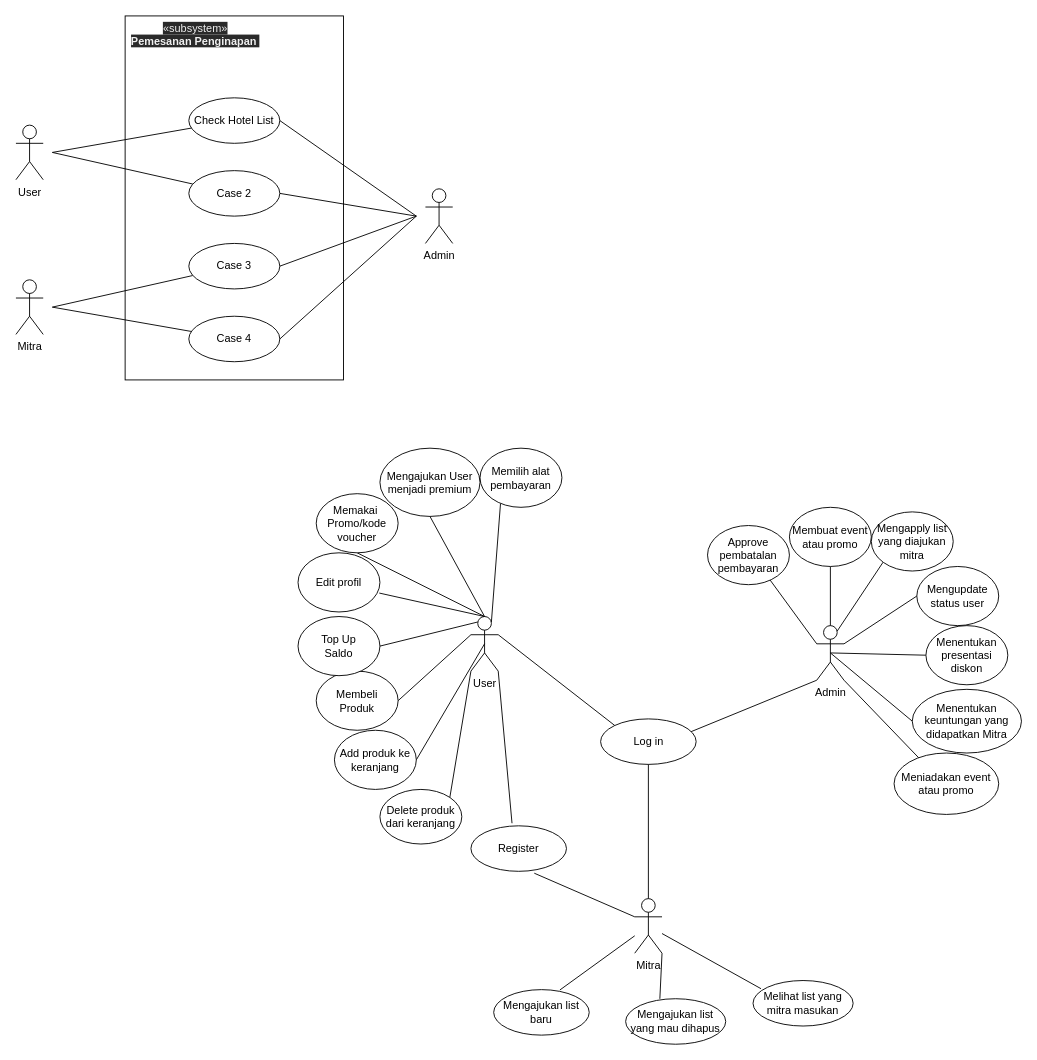
The draw.io diagram page "Use Case Diagram" (3 of 5) of src/info/Details.drawio in Thomassantosa/TubesPBO, before the edit. Source tidied: cells renumbered, new cells numbered last; positions are measured from the earlier drawing's top-left corner, leaving out a move shared by most shapes. Both pictures are drawn from the tidied source at 91%, with x=0, y=0 at pixel (15, 15).
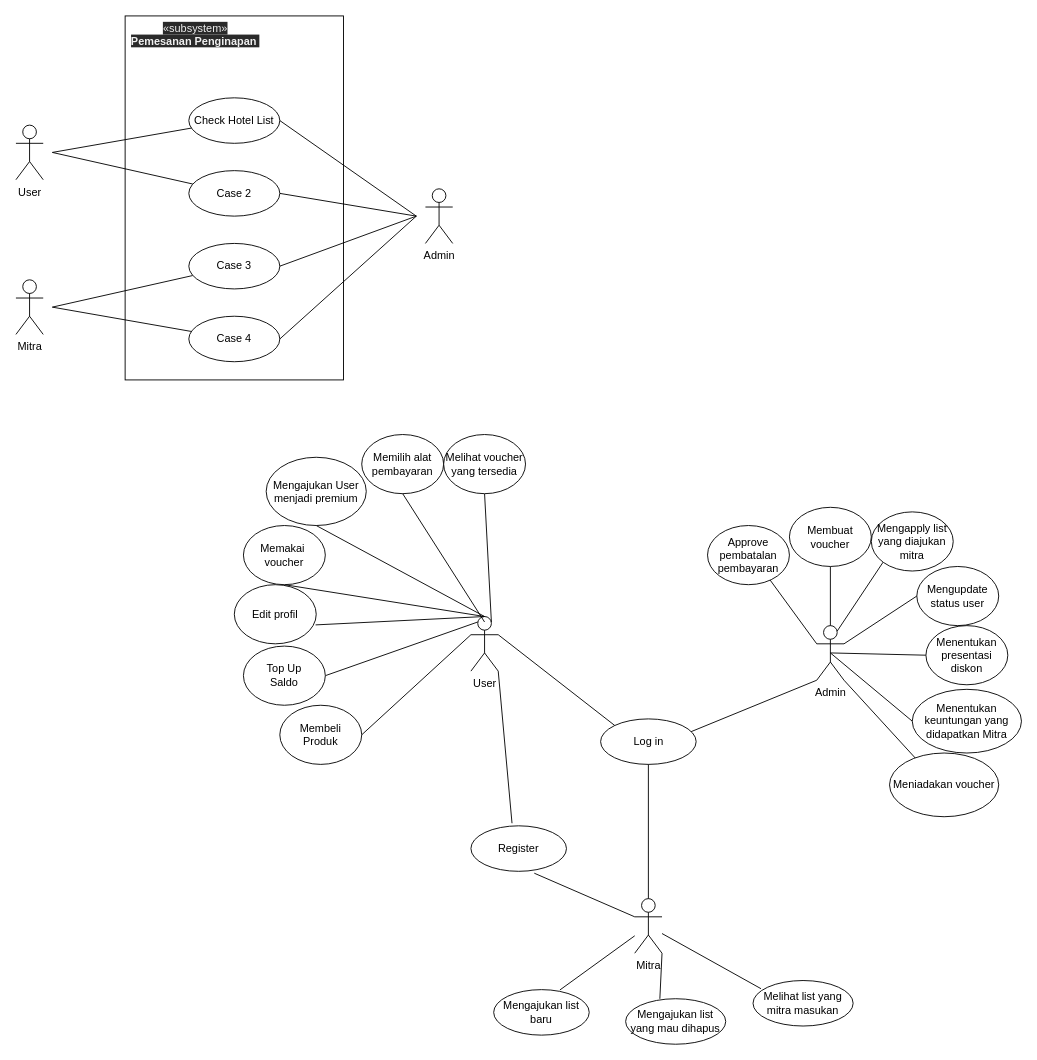
The same page after the edit.

Commit message:
use case

Unchanged cells that the change refers to:
```xml
<mxCell id="19" value="User" style="shape=umlActor;verticalLabelPosition=bottom;verticalAlign=top;html=1;outlineConnect=0;" parent="1" vertex="1">
  <mxGeometry x="500" y="660" width="30" height="60" as="geometry" />
</mxCell>
```

The edit, as a diff of the source:
```diff
@@
-    <mxCell id="20" value="Delete produk dari keranjang" style="ellipse;whiteSpace=wrap;html=1;" parent="1" vertex="1">
-      <mxGeometry x="400" y="850" width="90" height="60" as="geometry" />
-    </mxCell>
-    <mxCell id="21" style="endArrow=none;html=1;exitX=1;exitY=0;exitDx=0;exitDy=0;entryX=0;entryY=1;entryDx=0;entryDy=0;entryPerimeter=0;" parent="1" edge="1" source="20" target="19">
-      <mxGeometry relative="1" as="geometry" />
-    </mxCell>
-    <mxCell id="22" style="endArrow=none;html=1;exitX=1;exitY=0.5;exitDx=0;exitDy=0;entryX=0.5;entryY=0.5;entryDx=0;entryDy=0;entryPerimeter=0;" parent="1" edge="1" source="23" target="19">
-      <mxGeometry relative="1" as="geometry" />
-    </mxCell>
-    <mxCell id="23" value="Add produk ke keranjang" style="ellipse;whiteSpace=wrap;html=1;" parent="1" vertex="1">
-      <mxGeometry x="350" y="785" width="90" height="65" as="geometry" />
-    </mxCell>
@@
     <mxCell id="31" value="Membeli&lt;br&gt;Produk" style="ellipse;whiteSpace=wrap;html=1;" parent="1" vertex="1">
-      <mxGeometry x="330" y="720" width="90" height="65" as="geometry" />
+      <mxGeometry x="290" y="757.5" width="90" height="65" as="geometry" />
     </mxCell>
@@
     <mxCell id="33" value="Top Up&lt;br&gt;Saldo" style="ellipse;whiteSpace=wrap;html=1;" parent="1" vertex="1">
-      <mxGeometry x="310" y="660" width="90" height="65" as="geometry" />
+      <mxGeometry x="250" y="692.5" width="90" height="65" as="geometry" />
     </mxCell>
@@
     <mxCell id="35" value="Edit profil" style="ellipse;whiteSpace=wrap;html=1;" parent="1" vertex="1">
-      <mxGeometry x="310" y="590" width="90" height="65" as="geometry" />
+      <mxGeometry x="240" y="625" width="90" height="65" as="geometry" />
     </mxCell>
@@
-    <mxCell id="37" value="Memakai&amp;nbsp;&lt;br&gt;Promo/kode voucher" style="ellipse;whiteSpace=wrap;html=1;" parent="1" vertex="1">
-      <mxGeometry x="330" y="525" width="90" height="65" as="geometry" />
+    <mxCell id="37" value="Memakai&amp;nbsp;&lt;br&gt;voucher" style="ellipse;whiteSpace=wrap;html=1;" parent="1" vertex="1">
+      <mxGeometry x="250" y="560" width="90" height="65" as="geometry" />
     </mxCell>
@@
     <mxCell id="39" value="Mengajukan User menjadi premium" style="ellipse;whiteSpace=wrap;html=1;" parent="1" vertex="1">
-      <mxGeometry x="400" y="475" width="110" height="75" as="geometry" />
+      <mxGeometry x="275" y="485" width="110" height="75" as="geometry" />
     </mxCell>
     <mxCell id="40" value="Memilih alat pembayaran" style="ellipse;whiteSpace=wrap;html=1;" parent="1" vertex="1">
-      <mxGeometry x="510" y="475" width="90" height="65" as="geometry" />
+      <mxGeometry x="380" y="460" width="90" height="65" as="geometry" />
     </mxCell>
-    <mxCell id="41" style="endArrow=none;html=1;entryX=0.75;entryY=0.1;entryDx=0;entryDy=0;entryPerimeter=0;exitX=0.25;exitY=0.938;exitDx=0;exitDy=0;exitPerimeter=0;" parent="1" edge="1" source="40" target="19">
-      <mxGeometry relative="1" as="geometry" />
+    <mxCell id="41" style="endArrow=none;html=1;exitX=0.5;exitY=1;exitDx=0;exitDy=0;" parent="1" edge="1" source="40">
+      <mxGeometry relative="1" as="geometry">
+        <mxPoint x="515" y="666" as="targetPoint" />
+      </mxGeometry>
     </mxCell>
@@
-    <mxCell id="52" value="Membuat event atau promo" style="ellipse;whiteSpace=wrap;html=1;" parent="1" vertex="1">
+    <mxCell id="52" value="Membuat voucher" style="ellipse;whiteSpace=wrap;html=1;" parent="1" vertex="1">
       <mxGeometry x="850" y="540" width="90" height="65" as="geometry" />
     </mxCell>
@@
-    <mxCell id="64" value="Meniadakan event atau promo" style="ellipse;whiteSpace=wrap;html=1;" parent="1" vertex="1">
-      <mxGeometry x="965" y="810" width="115" height="67.5" as="geometry" />
+    <mxCell id="64" value="Meniadakan voucher" style="ellipse;whiteSpace=wrap;html=1;" parent="1" vertex="1">
+      <mxGeometry x="960" y="810" width="120" height="70" as="geometry" />
     </mxCell>
+    <mxCell id="65" style="endArrow=none;html=1;entryX=0.75;entryY=0.1;entryDx=0;entryDy=0;entryPerimeter=0;exitX=0.5;exitY=1;exitDx=0;exitDy=0;" parent="1" edge="1" source="66" target="19">
+      <mxGeometry relative="1" as="geometry" />
+    </mxCell>
+    <mxCell id="66" value="Melihat voucher&lt;br&gt;yang tersedia" style="ellipse;whiteSpace=wrap;html=1;" parent="1" vertex="1">
+      <mxGeometry x="470" y="460" width="90" height="65" as="geometry" />
+    </mxCell>
```
